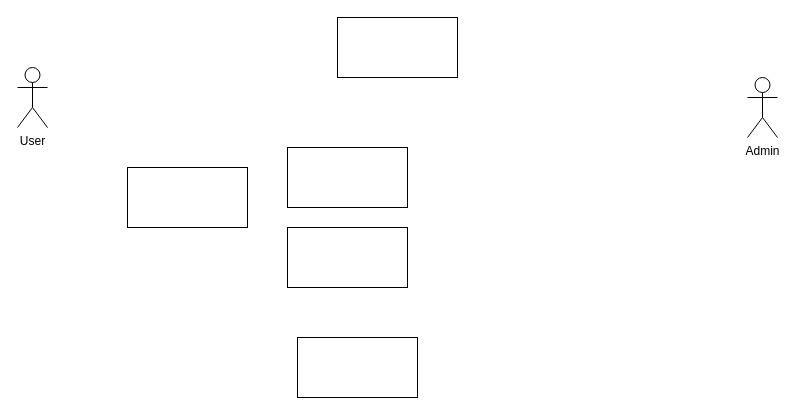
Above: chuyen_de_chuyen_sau.drawio in leehoang21/uml (draw.io), before the change. Source tidied: cells renumbered, new cells numbered last; positions are measured from the earlier drawing's top-left corner, leaving out a move shared by most shapes. Both pictures are drawn from the tidied source at 100%, with x=0, y=0 at pixel (17, 17).
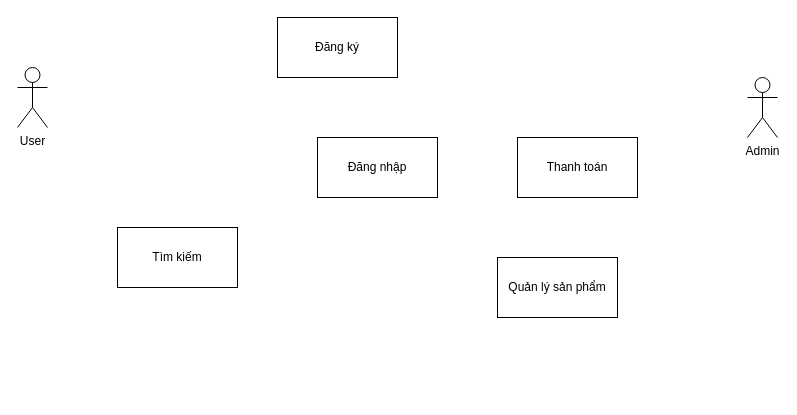
Above is the later version.

Change to the diagram source:
```diff
@@
 <mxGraphModel>
   <root>
     <mxCell id="0" />
     <mxCell id="1" parent="0" />
     <mxCell id="2" value="Admin&lt;div&gt;&lt;br&gt;&lt;/div&gt;" style="shape=umlActor;verticalLabelPosition=bottom;verticalAlign=top;html=1;" parent="1" vertex="1">
       <mxGeometry x="730" y="60" width="30" height="60" as="geometry" />
     </mxCell>
     <mxCell id="3" value="User" style="shape=umlActor;verticalLabelPosition=bottom;verticalAlign=top;html=1;" parent="1" vertex="1">
       <mxGeometry y="50" width="30" height="60" as="geometry" />
     </mxCell>
-    <mxCell id="4" style="rounded=0;whiteSpace=wrap;html=1;" parent="1" vertex="1">
-      <mxGeometry x="320" width="120" height="60" as="geometry" />
+    <mxCell id="4" value="Đăng ký" style="rounded=0;whiteSpace=wrap;html=1;" parent="1" vertex="1">
+      <mxGeometry x="260" width="120" height="60" as="geometry" />
     </mxCell>
-    <mxCell id="5" style="rounded=0;whiteSpace=wrap;html=1;" parent="1" vertex="1">
-      <mxGeometry x="110" y="150" width="120" height="60" as="geometry" />
+    <mxCell id="5" value="Quản lý sản phẩm" style="rounded=0;whiteSpace=wrap;html=1;" parent="1" vertex="1">
+      <mxGeometry x="480" y="240" width="120" height="60" as="geometry" />
     </mxCell>
-    <mxCell id="6" style="rounded=0;whiteSpace=wrap;html=1;" parent="1" vertex="1">
-      <mxGeometry x="270" y="130" width="120" height="60" as="geometry" />
+    <mxCell id="6" value="Đăng nhập" style="rounded=0;whiteSpace=wrap;html=1;" parent="1" vertex="1">
+      <mxGeometry x="300" y="120" width="120" height="60" as="geometry" />
     </mxCell>
-    <mxCell id="7" style="rounded=0;whiteSpace=wrap;html=1;" parent="1" vertex="1">
-      <mxGeometry x="270" y="210" width="120" height="60" as="geometry" />
+    <mxCell id="7" value="Thanh toán" style="rounded=0;whiteSpace=wrap;html=1;" parent="1" vertex="1">
+      <mxGeometry x="500" y="120" width="120" height="60" as="geometry" />
     </mxCell>
-    <mxCell id="8" style="rounded=0;whiteSpace=wrap;html=1;" parent="1" vertex="1">
-      <mxGeometry x="280" y="320" width="120" height="60" as="geometry" />
+    <mxCell id="8" value="Tìm kiếm" style="rounded=0;whiteSpace=wrap;html=1;" parent="1" vertex="1">
+      <mxGeometry x="100" y="210" width="120" height="60" as="geometry" />
     </mxCell>
   </root>
 </mxGraphModel>
```
